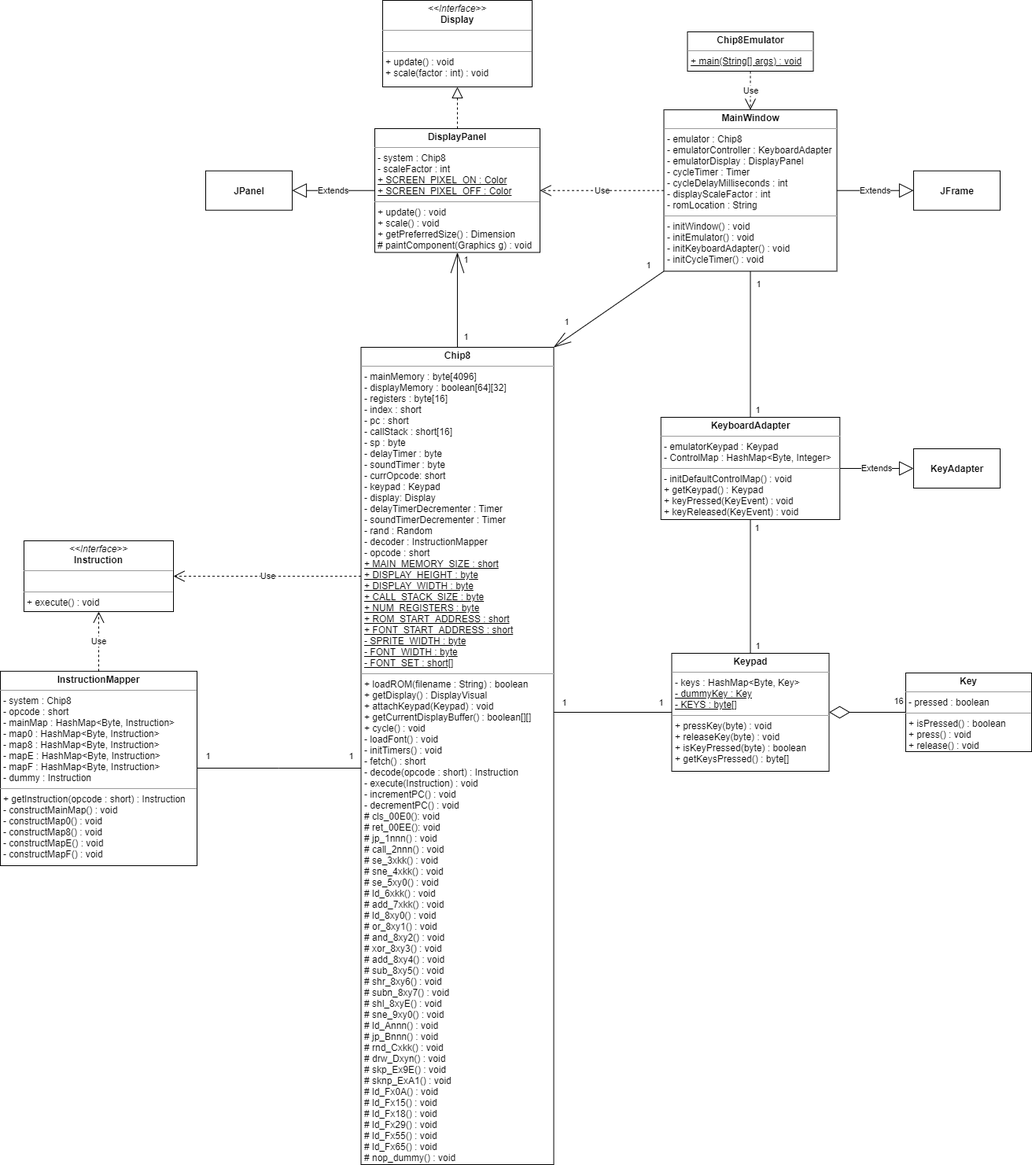
Pokepeople02/Chip8 keeps this draw.io diagram as diagrams/ClassDiagram.png. Above is the earlier version. Source tidied: cells renumbered, new cells last; positions are measured from the earlier drawing's top-left corner, leaving out a move shared by most shapes.
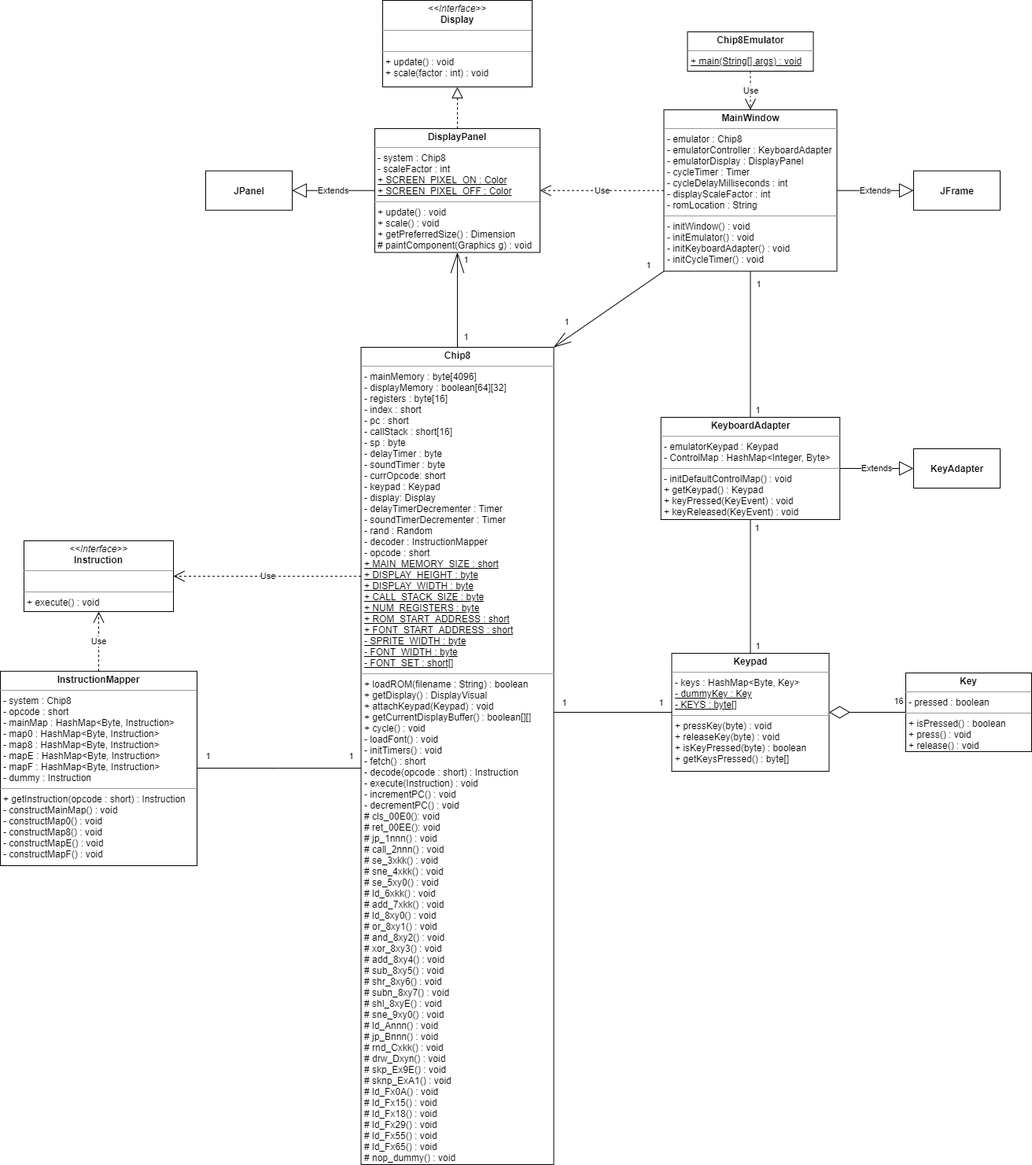
After the commit.

Commit message:
Swapped Integer and Byte in KeyboardAdapter control map

Change to the diagram source:
```diff
@@ -119,7 +119,7 @@
         <mxPoint x="5.5" y="-24" as="offset" />
       </mxGeometry>
     </mxCell>
-    <mxCell id="33" value="&lt;p style=&quot;margin: 0px ; margin-top: 4px ; text-align: center&quot;&gt;&lt;b&gt;KeyboardAdapter&lt;/b&gt;&lt;/p&gt;&lt;hr size=&quot;1&quot;&gt;&lt;p style=&quot;margin: 0px ; margin-left: 4px&quot;&gt;- emulatorKeypad : Keypad&lt;/p&gt;&lt;p style=&quot;margin: 0px ; margin-left: 4px&quot;&gt;- ControlMap : HashMap&amp;lt;Byte, Integer&amp;gt;&lt;/p&gt;&lt;hr size=&quot;1&quot;&gt;&lt;p style=&quot;margin: 0px ; margin-left: 4px&quot;&gt;- initDefaultControlMap() : void&lt;/p&gt;&lt;p style=&quot;margin: 0px ; margin-left: 4px&quot;&gt;+ getKeypad() : Keypad&lt;/p&gt;&lt;p style=&quot;margin: 0px ; margin-left: 4px&quot;&gt;+ keyPressed(KeyEvent) : void&lt;/p&gt;&lt;p style=&quot;margin: 0px ; margin-left: 4px&quot;&gt;+ keyReleased(KeyEvent) : void&lt;/p&gt;" style="verticalAlign=top;align=left;overflow=fill;fontSize=12;fontFamily=Helvetica;html=1;" parent="1" vertex="1">
+    <mxCell id="33" value="&lt;p style=&quot;margin: 0px ; margin-top: 4px ; text-align: center&quot;&gt;&lt;b&gt;KeyboardAdapter&lt;/b&gt;&lt;/p&gt;&lt;hr size=&quot;1&quot;&gt;&lt;p style=&quot;margin: 0px ; margin-left: 4px&quot;&gt;- emulatorKeypad : Keypad&lt;/p&gt;&lt;p style=&quot;margin: 0px ; margin-left: 4px&quot;&gt;- ControlMap : HashMap&amp;lt;Integer, Byte&amp;gt;&lt;/p&gt;&lt;hr size=&quot;1&quot;&gt;&lt;p style=&quot;margin: 0px ; margin-left: 4px&quot;&gt;- initDefaultControlMap() : void&lt;/p&gt;&lt;p style=&quot;margin: 0px ; margin-left: 4px&quot;&gt;+ getKeypad() : Keypad&lt;/p&gt;&lt;p style=&quot;margin: 0px ; margin-left: 4px&quot;&gt;+ keyPressed(KeyEvent) : void&lt;/p&gt;&lt;p style=&quot;margin: 0px ; margin-left: 4px&quot;&gt;+ keyReleased(KeyEvent) : void&lt;/p&gt;" style="verticalAlign=top;align=left;overflow=fill;fontSize=12;fontFamily=Helvetica;html=1;" parent="1" vertex="1">
       <mxGeometry x="839.8" y="530" width="227.5" height="130" as="geometry" />
     </mxCell>
     <mxCell id="34" value="KeyAdapter" style="html=1;fontStyle=1;" parent="1" vertex="1">
```
